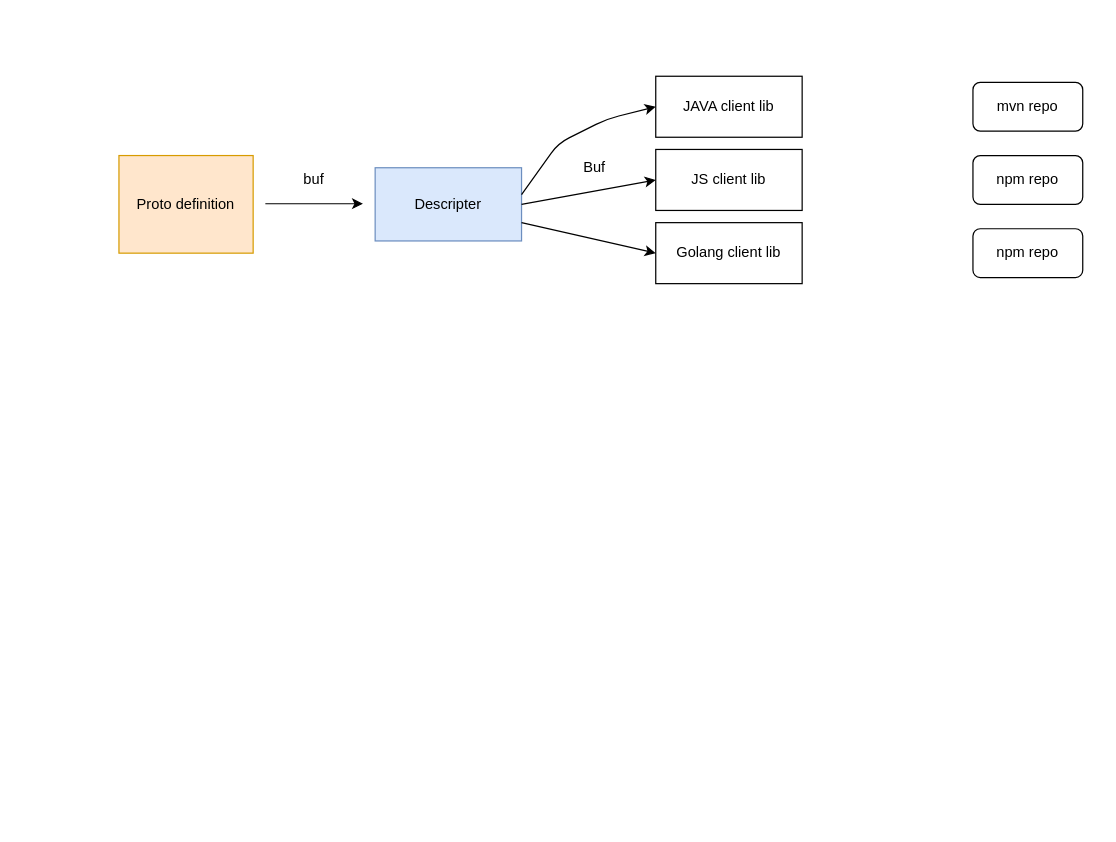
The draw.io diagram HP/API_pipeline.drawio in zhangwm1987/mydraw_io, before the edit. Source tidied: cells renumbered, new cells numbered last; positions are measured from the earlier drawing's top-left corner, leaving out a move shared by most shapes. Both pictures are drawn from the tidied source at 122%, with x=0, y=0 at pixel (118, 76).
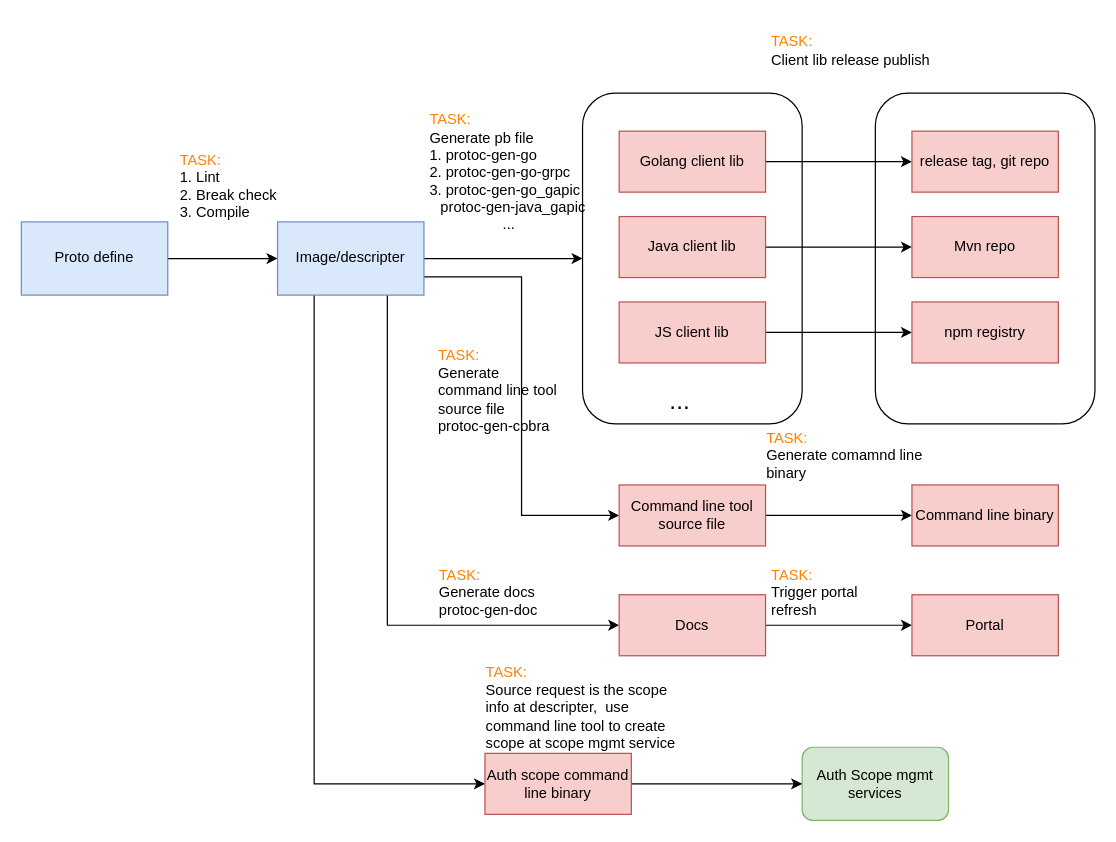
The same page after the edit.

What changed in the source:
```diff
@@
-    <mxCell id="2" value="Proto definition" style="rounded=0;whiteSpace=wrap;html=1;fillColor=#ffe6cc;strokeColor=#d79b00;" parent="1" vertex="1">
-      <mxGeometry y="65" width="110" height="80" as="geometry" />
-    </mxCell>
-    <mxCell id="3" style="endArrow=classic;html=1;" parent="1" edge="1">
-      <mxGeometry relative="1" as="geometry">
-        <mxPoint x="120" y="104.5" as="sourcePoint" />
-        <mxPoint x="200" y="104.5" as="targetPoint" />
-      </mxGeometry>
-    </mxCell>
-    <mxCell id="4" value="buf" style="text;html=1;strokeColor=none;fillColor=none;align=center;verticalAlign=middle;whiteSpace=wrap;rounded=0;" parent="1" vertex="1">
-      <mxGeometry x="140" y="75" width="40" height="20" as="geometry" />
-    </mxCell>
-    <mxCell id="5" value="Descripter" style="rounded=0;whiteSpace=wrap;html=1;fillColor=#dae8fc;strokeColor=#6c8ebf;" parent="1" vertex="1">
-      <mxGeometry x="210" y="75" width="120" height="60" as="geometry" />
-    </mxCell>
-    <mxCell id="6" value="JAVA client lib" style="rounded=0;whiteSpace=wrap;html=1;" parent="1" vertex="1">
-      <mxGeometry x="440" width="120" height="50" as="geometry" />
-    </mxCell>
+    <mxCell id="16" value="&lt;br&gt;&lt;br&gt;&lt;br&gt;&lt;br&gt;" style="rounded=1;whiteSpace=wrap;html=1;" parent="1" vertex="1">
+      <mxGeometry x="620" y="13.8" width="180" height="271.2" as="geometry" />
+    </mxCell>
+    <mxCell id="17" value="&lt;br&gt;&lt;br&gt;&lt;br&gt;&lt;br&gt;" style="rounded=1;whiteSpace=wrap;html=1;" parent="1" vertex="1">
+      <mxGeometry x="380" y="13.8" width="180" height="271.2" as="geometry" />
+    </mxCell>
+    <mxCell id="18" style="edgeStyle=orthogonalEdgeStyle;rounded=0;jettySize=auto;html=1;exitX=1;exitY=0.5;exitDx=0;exitDy=0;entryX=0;entryY=0.5;entryDx=0;entryDy=0;" parent="1" edge="1" source="19" target="24">
+      <mxGeometry relative="1" as="geometry" />
+    </mxCell>
+    <mxCell id="19" value="Proto define" style="rounded=0;whiteSpace=wrap;html=1;fillColor=#dae8fc;strokeColor=#6c8ebf;" parent="1" vertex="1">
+      <mxGeometry x="-80" y="119.4" width="120" height="60" as="geometry" />
+    </mxCell>
+    <mxCell id="20" style="edgeStyle=orthogonalEdgeStyle;rounded=0;jettySize=auto;html=1;exitX=1;exitY=0.5;exitDx=0;exitDy=0;entryX=0;entryY=0.5;entryDx=0;entryDy=0;" parent="1" edge="1" source="24" target="17">
+      <mxGeometry relative="1" as="geometry" />
+    </mxCell>
+    <mxCell id="21" style="edgeStyle=orthogonalEdgeStyle;rounded=0;jettySize=auto;html=1;exitX=1;exitY=0.75;exitDx=0;exitDy=0;entryX=0;entryY=0.5;entryDx=0;entryDy=0;" parent="1" edge="1" source="24" target="37">
+      <mxGeometry relative="1" as="geometry" />
+    </mxCell>
+    <mxCell id="22" style="edgeStyle=orthogonalEdgeStyle;rounded=0;jettySize=auto;html=1;exitX=0.75;exitY=1;exitDx=0;exitDy=0;entryX=0;entryY=0.5;entryDx=0;entryDy=0;" parent="1" edge="1" source="24" target="42">
+      <mxGeometry relative="1" as="geometry" />
+    </mxCell>
+    <mxCell id="23" style="edgeStyle=orthogonalEdgeStyle;rounded=0;jettySize=auto;html=1;exitX=0.25;exitY=1;exitDx=0;exitDy=0;entryX=0;entryY=0.5;entryDx=0;entryDy=0;" parent="1" edge="1" source="24" target="48">
+      <mxGeometry relative="1" as="geometry" />
+    </mxCell>
+    <mxCell id="24" value="Image/descripter" style="rounded=0;whiteSpace=wrap;html=1;fillColor=#dae8fc;strokeColor=#6c8ebf;" parent="1" vertex="1">
+      <mxGeometry x="130" y="119.4" width="120" height="60" as="geometry" />
+    </mxCell>
+    <mxCell id="25" value="&lt;div style=&quot;text-align: left&quot;&gt;&lt;font color=&quot;#ff8000&quot;&gt;TASK:&lt;/font&gt;&lt;/div&gt;&lt;div style=&quot;text-align: left&quot;&gt;&lt;span&gt;1. Lint&lt;/span&gt;&lt;/div&gt;&lt;div style=&quot;text-align: left&quot;&gt;&lt;span&gt;2. Break check&lt;/span&gt;&lt;/div&gt;&lt;div style=&quot;text-align: left&quot;&gt;&lt;span&gt;3. Compile&lt;/span&gt;&lt;/div&gt;" style="text;html=1;strokeColor=none;fillColor=none;align=center;verticalAlign=middle;whiteSpace=wrap;rounded=0;" parent="1" vertex="1">
+      <mxGeometry x="30" y="45" width="120" height="90" as="geometry" />
+    </mxCell>
+    <mxCell id="26" style="edgeStyle=orthogonalEdgeStyle;rounded=0;jettySize=auto;html=1;exitX=1;exitY=0.5;exitDx=0;exitDy=0;entryX=0;entryY=0.5;entryDx=0;entryDy=0;" parent="1" edge="1" source="8" target="31">
+      <mxGeometry relative="1" as="geometry" />
+    </mxCell>
+    <mxCell id="8" value="Golang client lib" style="rounded=0;whiteSpace=wrap;html=1;fillColor=#f8cecc;strokeColor=#b85450;" parent="1" vertex="1">
+      <mxGeometry x="410" y="45" width="120" height="50" as="geometry" />
+    </mxCell>
+    <mxCell id="27" style="edgeStyle=orthogonalEdgeStyle;rounded=0;jettySize=auto;html=1;exitX=1;exitY=0.5;exitDx=0;exitDy=0;entryX=0;entryY=0.5;entryDx=0;entryDy=0;" parent="1" edge="1" source="28" target="32">
+      <mxGeometry relative="1" as="geometry" />
+    </mxCell>
+    <mxCell id="28" value="Java client lib" style="rounded=0;whiteSpace=wrap;html=1;fillColor=#f8cecc;strokeColor=#b85450;" parent="1" vertex="1">
+      <mxGeometry x="410" y="115" width="120" height="50" as="geometry" />
+    </mxCell>
+    <mxCell id="29" style="edgeStyle=orthogonalEdgeStyle;rounded=0;jettySize=auto;html=1;exitX=1;exitY=0.5;exitDx=0;exitDy=0;entryX=0;entryY=0.5;entryDx=0;entryDy=0;" parent="1" edge="1" source="7" target="33">
+      <mxGeometry relative="1" as="geometry" />
+    </mxCell>
-    <mxCell id="7" value="JS client lib" style="rounded=0;whiteSpace=wrap;html=1;" parent="1" vertex="1">
-      <mxGeometry x="440" y="60" width="120" height="50" as="geometry" />
+    <mxCell id="7" value="JS client lib" style="rounded=0;whiteSpace=wrap;html=1;fillColor=#f8cecc;strokeColor=#b85450;" parent="1" vertex="1">
+      <mxGeometry x="410" y="185" width="120" height="50" as="geometry" />
     </mxCell>
-    <mxCell id="8" value="Golang client lib" style="rounded=0;whiteSpace=wrap;html=1;" parent="1" vertex="1">
-      <mxGeometry x="440" y="120" width="120" height="50" as="geometry" />
-    </mxCell>
-    <mxCell id="9" value="mvn repo" style="rounded=1;whiteSpace=wrap;html=1;" parent="1" vertex="1">
-      <mxGeometry x="700" y="5" width="90" height="40" as="geometry" />
-    </mxCell>
-    <mxCell id="10" value="npm repo" style="rounded=1;whiteSpace=wrap;html=1;" parent="1" vertex="1">
-      <mxGeometry x="700" y="125" width="90" height="40" as="geometry" />
-    </mxCell>
-    <mxCell id="11" value="npm repo" style="rounded=1;whiteSpace=wrap;html=1;" parent="1" vertex="1">
-      <mxGeometry x="700" y="65" width="90" height="40" as="geometry" />
-    </mxCell>
-    <mxCell id="12" style="endArrow=classic;html=1;entryX=0;entryY=0.5;entryDx=0;entryDy=0;entryPerimeter=0;exitX=1;exitY=0.367;exitDx=0;exitDy=0;exitPerimeter=0;" parent="1" edge="1" source="5" target="6">
-      <mxGeometry relative="1" as="geometry">
-        <Array as="points">
-          <mxPoint x="360" y="55" />
-          <mxPoint x="400" y="35" />
-        </Array>
-      </mxGeometry>
-    </mxCell>
-    <mxCell id="13" style="endArrow=classic;html=1;entryX=0;entryY=0.5;entryDx=0;entryDy=0;exitX=1;exitY=0.5;exitDx=0;exitDy=0;" parent="1" edge="1" source="5" target="7">
-      <mxGeometry relative="1" as="geometry" />
-    </mxCell>
-    <mxCell id="14" style="endArrow=classic;html=1;entryX=0;entryY=0.5;entryDx=0;entryDy=0;exitX=1;exitY=0.75;exitDx=0;exitDy=0;" parent="1" edge="1" source="5" target="8">
-      <mxGeometry relative="1" as="geometry" />
-    </mxCell>
-    <mxCell id="15" value="Buf" style="text;html=1;strokeColor=none;fillColor=none;align=center;verticalAlign=middle;whiteSpace=wrap;rounded=0;" parent="1" vertex="1">
-      <mxGeometry x="370" y="65" width="40" height="20" as="geometry" />
-    </mxCell>
+    <mxCell id="30" value="&lt;div style=&quot;text-align: left&quot;&gt;&lt;font color=&quot;#ff8000&quot;&gt;TASK:&lt;/font&gt;&lt;/div&gt;&lt;div style=&quot;text-align: left&quot;&gt;&lt;span&gt;Generate pb file&amp;nbsp;&lt;/span&gt;&lt;/div&gt;&lt;div style=&quot;text-align: left&quot;&gt;&lt;span&gt;1. protoc-gen-go&lt;/span&gt;&lt;/div&gt;&lt;div style=&quot;text-align: left&quot;&gt;&lt;span&gt;2. protoc-gen-go-grpc&lt;/span&gt;&lt;/div&gt;&lt;div style=&quot;text-align: left&quot;&gt;&lt;span&gt;3. protoc-gen-go_gapic&lt;/span&gt;&lt;span&gt;&amp;nbsp;&amp;nbsp;&lt;/span&gt;&lt;/div&gt;&lt;span&gt;&amp;nbsp; protoc-gen-java_gapic&lt;br&gt;...&lt;br&gt;&lt;/span&gt;" style="text;html=1;strokeColor=none;fillColor=none;align=center;verticalAlign=middle;whiteSpace=wrap;rounded=0;" parent="1" vertex="1">
+      <mxGeometry x="250" y="13.8" width="140" height="130" as="geometry" />
+    </mxCell>
+    <mxCell id="31" value="release tag, git repo" style="rounded=0;whiteSpace=wrap;html=1;fillColor=#f8cecc;strokeColor=#b85450;" parent="1" vertex="1">
+      <mxGeometry x="650" y="45" width="120" height="50" as="geometry" />
+    </mxCell>
+    <mxCell id="32" value="Mvn repo" style="rounded=0;whiteSpace=wrap;html=1;fillColor=#f8cecc;strokeColor=#b85450;" parent="1" vertex="1">
+      <mxGeometry x="650" y="115" width="120" height="50" as="geometry" />
+    </mxCell>
+    <mxCell id="33" value="npm registry" style="rounded=0;whiteSpace=wrap;html=1;fillColor=#f8cecc;strokeColor=#b85450;" parent="1" vertex="1">
+      <mxGeometry x="650" y="185" width="120" height="50" as="geometry" />
+    </mxCell>
+    <mxCell id="34" value="&lt;font style=&quot;font-size: 20px&quot;&gt;...&lt;/font&gt;" style="text;html=1;strokeColor=none;fillColor=none;align=center;verticalAlign=middle;whiteSpace=wrap;rounded=0;" parent="1" vertex="1">
+      <mxGeometry x="440" y="255" width="40" height="20" as="geometry" />
+    </mxCell>
+    <mxCell id="35" value="&lt;div style=&quot;text-align: left&quot;&gt;&lt;font color=&quot;#ff8000&quot;&gt;TASK:&lt;/font&gt;&lt;/div&gt;&lt;div&gt;&lt;/div&gt;&lt;span&gt;&lt;div style=&quot;text-align: left&quot;&gt;&lt;span&gt;Client lib release publish&lt;/span&gt;&lt;/div&gt;&lt;/span&gt;" style="text;html=1;strokeColor=none;fillColor=none;align=center;verticalAlign=middle;whiteSpace=wrap;rounded=0;" parent="1" vertex="1">
+      <mxGeometry x="530" y="-45" width="140" height="48.8" as="geometry" />
+    </mxCell>
+    <mxCell id="36" style="edgeStyle=orthogonalEdgeStyle;rounded=0;jettySize=auto;html=1;exitX=1;exitY=0.5;exitDx=0;exitDy=0;entryX=0;entryY=0.5;entryDx=0;entryDy=0;" parent="1" edge="1" source="37" target="38">
+      <mxGeometry relative="1" as="geometry" />
+    </mxCell>
+    <mxCell id="37" value="Command line tool source file" style="rounded=0;whiteSpace=wrap;html=1;fillColor=#f8cecc;strokeColor=#b85450;" parent="1" vertex="1">
+      <mxGeometry x="410" y="335" width="120" height="50" as="geometry" />
+    </mxCell>
+    <mxCell id="38" value="Command line binary" style="rounded=0;whiteSpace=wrap;html=1;fillColor=#f8cecc;strokeColor=#b85450;" parent="1" vertex="1">
+      <mxGeometry x="650" y="335" width="120" height="50" as="geometry" />
+    </mxCell>
+    <mxCell id="39" value="&lt;div style=&quot;text-align: left&quot;&gt;&lt;font color=&quot;#ff8000&quot;&gt;TASK:&lt;/font&gt;&lt;/div&gt;&lt;div style=&quot;text-align: left&quot;&gt;Generate comamnd line binary&lt;/div&gt;" style="text;html=1;strokeColor=none;fillColor=none;align=center;verticalAlign=middle;whiteSpace=wrap;rounded=0;" parent="1" vertex="1">
+      <mxGeometry x="530" y="286.2" width="140" height="48.8" as="geometry" />
+    </mxCell>
+    <mxCell id="40" value="&lt;div style=&quot;text-align: left&quot;&gt;&lt;font color=&quot;#ff8000&quot;&gt;TASK:&lt;/font&gt;&lt;/div&gt;&lt;div style=&quot;text-align: left&quot;&gt;&lt;span&gt;Generate command line tool source file&lt;/span&gt;&lt;/div&gt;&lt;div style=&quot;text-align: left&quot;&gt;&lt;span&gt;protoc-gen-cobra&lt;/span&gt;&lt;/div&gt;&lt;span&gt;&lt;br&gt;&lt;/span&gt;" style="text;html=1;strokeColor=none;fillColor=none;align=center;verticalAlign=middle;whiteSpace=wrap;rounded=0;" parent="1" vertex="1">
+      <mxGeometry x="261" y="200" width="106" height="130" as="geometry" />
+    </mxCell>
+    <mxCell id="41" style="edgeStyle=orthogonalEdgeStyle;rounded=0;jettySize=auto;html=1;exitX=1;exitY=0.5;exitDx=0;exitDy=0;entryX=0;entryY=0.5;entryDx=0;entryDy=0;" parent="1" edge="1" source="42" target="43">
+      <mxGeometry relative="1" as="geometry" />
+    </mxCell>
+    <mxCell id="42" value="Docs" style="rounded=0;whiteSpace=wrap;html=1;fillColor=#f8cecc;strokeColor=#b85450;" parent="1" vertex="1">
+      <mxGeometry x="410" y="425" width="120" height="50" as="geometry" />
+    </mxCell>
+    <mxCell id="43" value="Portal" style="rounded=0;whiteSpace=wrap;html=1;fillColor=#f8cecc;strokeColor=#b85450;" parent="1" vertex="1">
+      <mxGeometry x="650" y="425" width="120" height="50" as="geometry" />
+    </mxCell>
+    <mxCell id="44" value="&lt;div style=&quot;text-align: left&quot;&gt;&lt;font color=&quot;#ff8000&quot;&gt;TASK:&lt;/font&gt;&lt;/div&gt;&lt;div style=&quot;text-align: left&quot;&gt;&lt;span&gt;Generate docs&lt;/span&gt;&lt;/div&gt;&lt;div style=&quot;text-align: left&quot;&gt;&lt;span&gt;protoc-gen-doc&lt;/span&gt;&lt;/div&gt;&lt;span&gt;&lt;br&gt;&lt;/span&gt;" style="text;html=1;strokeColor=none;fillColor=none;align=center;verticalAlign=middle;whiteSpace=wrap;rounded=0;" parent="1" vertex="1">
+      <mxGeometry x="250" y="405" width="106" height="50" as="geometry" />
+    </mxCell>
+    <mxCell id="45" value="&lt;div style=&quot;text-align: left&quot;&gt;&lt;font color=&quot;#ff8000&quot;&gt;TASK:&lt;/font&gt;&lt;/div&gt;&lt;div style=&quot;text-align: left&quot;&gt;Trigger portal refresh&lt;/div&gt;&lt;span&gt;&lt;br&gt;&lt;/span&gt;" style="text;html=1;strokeColor=none;fillColor=none;align=center;verticalAlign=middle;whiteSpace=wrap;rounded=0;" parent="1" vertex="1">
+      <mxGeometry x="534" y="405" width="106" height="50" as="geometry" />
+    </mxCell>
+    <mxCell id="46" value="Auth Scope mgmt services" style="rounded=1;whiteSpace=wrap;html=1;fillColor=#d5e8d4;strokeColor=#82b366;" parent="1" vertex="1">
+      <mxGeometry x="560" y="550" width="120" height="60" as="geometry" />
+    </mxCell>
+    <mxCell id="47" style="edgeStyle=orthogonalEdgeStyle;rounded=0;jettySize=auto;html=1;exitX=1;exitY=0.5;exitDx=0;exitDy=0;entryX=0;entryY=0.5;entryDx=0;entryDy=0;" parent="1" edge="1" source="48" target="46">
+      <mxGeometry relative="1" as="geometry" />
+    </mxCell>
+    <mxCell id="48" value="Auth scope command line binary" style="rounded=0;whiteSpace=wrap;html=1;fillColor=#f8cecc;strokeColor=#b85450;" parent="1" vertex="1">
+      <mxGeometry x="300" y="555" width="120" height="50" as="geometry" />
+    </mxCell>
+    <mxCell id="49" value="&lt;div style=&quot;text-align: left&quot;&gt;&lt;font color=&quot;#ff8000&quot;&gt;TASK:&lt;/font&gt;&lt;/div&gt;&lt;div style=&quot;text-align: left&quot;&gt;Source request is the scope info at descripter,&amp;nbsp; use command line tool to create scope at scope mgmt service&lt;/div&gt;&lt;span&gt;&lt;br&gt;&lt;/span&gt;" style="text;html=1;strokeColor=none;fillColor=none;align=center;verticalAlign=middle;whiteSpace=wrap;rounded=0;" parent="1" vertex="1">
+      <mxGeometry x="300" y="500" width="166" height="50" as="geometry" />
+    </mxCell>
```
